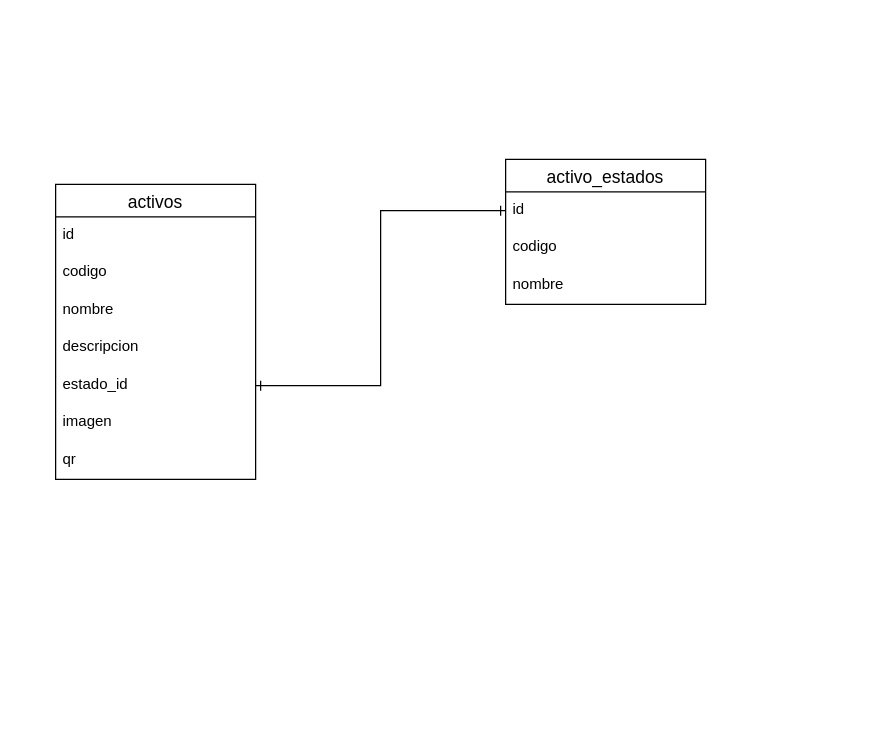
Above: sistema_activos_fijos.drawio in MasterJhonny/diagramas (draw.io), before the change. Source tidied: cells renumbered, new cells numbered last; positions are measured from the earlier drawing's top-left corner, leaving out a move shared by most shapes. Both pictures are drawn from the tidied source at 125%, with x=0, y=0 at pixel (55, 159).
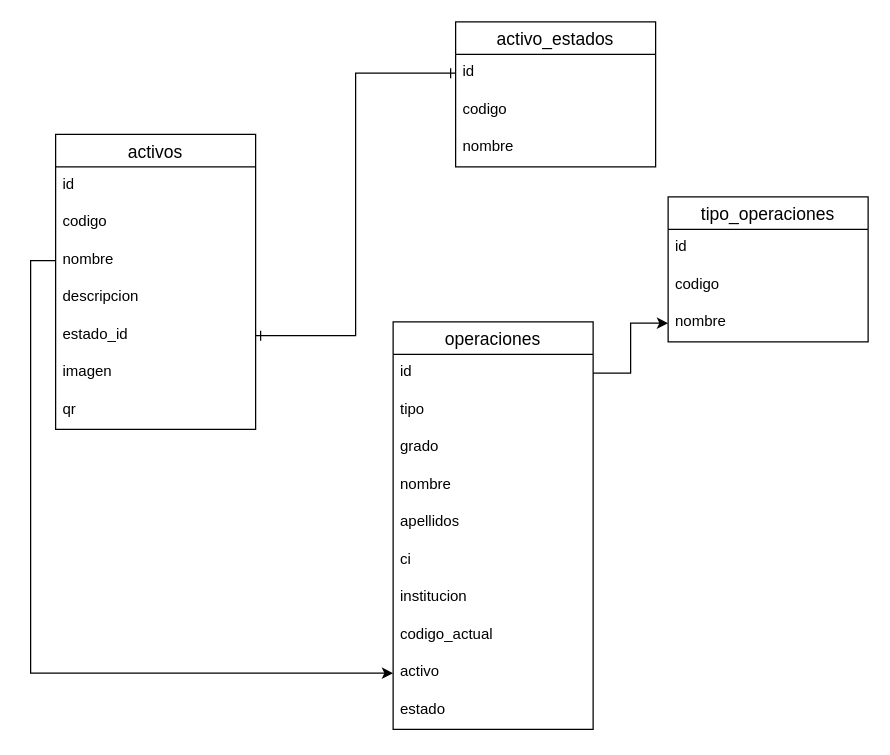
Above is the later version.

Unchanged cells that the change refers to:
```xml
<mxCell id="5" value="nombre" style="text;strokeColor=none;fillColor=none;spacingLeft=4;spacingRight=4;overflow=hidden;points=[[0,0.5],[1,0.5]];portConstraint=eastwest;fontSize=12;whiteSpace=wrap;html=1;" parent="2" vertex="1">
  <mxGeometry y="86" width="160" height="30" as="geometry" />
</mxCell>
```

Diff of the diagram source:
```diff
@@
     <mxCell id="2" value="activos" style="swimlane;fontStyle=0;horizontal=1;startSize=26;align=center;fontSize=14;" parent="1" vertex="1">
-      <mxGeometry y="20" width="160" height="236" as="geometry" />
+      <mxGeometry y="-20" width="160" height="236" as="geometry" />
     </mxCell>
@@
     <mxCell id="10" value="activo_estados" style="swimlane;fontStyle=0;horizontal=1;startSize=26;align=center;fontSize=14;" parent="1" vertex="1">
-      <mxGeometry x="360" width="160" height="116" as="geometry" />
+      <mxGeometry x="320" y="-110" width="160" height="116" as="geometry" />
     </mxCell>
@@
+    <mxCell id="15" value="operaciones" style="swimlane;fontStyle=0;horizontal=1;startSize=26;align=center;fontSize=14;" parent="1" vertex="1">
+      <mxGeometry x="270" y="130" width="160" height="326" as="geometry" />
+    </mxCell>
+    <mxCell id="16" value="id" style="text;strokeColor=none;fillColor=none;spacingLeft=4;spacingRight=4;overflow=hidden;points=[[0,0.5],[1,0.5]];portConstraint=eastwest;fontSize=12;whiteSpace=wrap;html=1;" parent="15" vertex="1">
+      <mxGeometry y="26" width="160" height="30" as="geometry" />
+    </mxCell>
+    <mxCell id="17" value="tipo" style="text;strokeColor=none;fillColor=none;spacingLeft=4;spacingRight=4;overflow=hidden;fontSize=12;whiteSpace=wrap;html=1;" parent="15" vertex="1">
+      <mxGeometry y="56" width="160" height="30" as="geometry" />
+    </mxCell>
+    <mxCell id="18" value="grado" style="text;strokeColor=none;fillColor=none;spacingLeft=4;spacingRight=4;overflow=hidden;fontSize=12;whiteSpace=wrap;html=1;" parent="15" vertex="1">
+      <mxGeometry y="86" width="160" height="30" as="geometry" />
+    </mxCell>
+    <mxCell id="19" value="nombre" style="text;strokeColor=none;fillColor=none;spacingLeft=4;spacingRight=4;overflow=hidden;fontSize=12;whiteSpace=wrap;html=1;" parent="15" vertex="1">
+      <mxGeometry y="116" width="160" height="30" as="geometry" />
+    </mxCell>
+    <mxCell id="20" value="apellidos" style="text;strokeColor=none;fillColor=none;spacingLeft=4;spacingRight=4;overflow=hidden;fontSize=12;whiteSpace=wrap;html=1;" parent="15" vertex="1">
+      <mxGeometry y="146" width="160" height="30" as="geometry" />
+    </mxCell>
+    <mxCell id="21" value="ci" style="text;strokeColor=none;fillColor=none;spacingLeft=4;spacingRight=4;overflow=hidden;fontSize=12;whiteSpace=wrap;html=1;" parent="15" vertex="1">
+      <mxGeometry y="176" width="160" height="30" as="geometry" />
+    </mxCell>
+    <mxCell id="22" value="institucion" style="text;strokeColor=none;fillColor=none;spacingLeft=4;spacingRight=4;overflow=hidden;fontSize=12;whiteSpace=wrap;html=1;" parent="15" vertex="1">
+      <mxGeometry y="206" width="160" height="30" as="geometry" />
+    </mxCell>
+    <mxCell id="23" value="codigo_actual" style="text;strokeColor=none;fillColor=none;spacingLeft=4;spacingRight=4;overflow=hidden;fontSize=12;whiteSpace=wrap;html=1;" parent="15" vertex="1">
+      <mxGeometry y="236" width="160" height="30" as="geometry" />
+    </mxCell>
+    <mxCell id="24" value="activo" style="text;strokeColor=none;fillColor=none;spacingLeft=4;spacingRight=4;overflow=hidden;points=[[0,0.5],[1,0.5]];portConstraint=eastwest;fontSize=12;whiteSpace=wrap;html=1;" parent="15" vertex="1">
+      <mxGeometry y="266" width="160" height="30" as="geometry" />
+    </mxCell>
+    <mxCell id="25" value="estado" style="text;strokeColor=none;fillColor=none;spacingLeft=4;spacingRight=4;overflow=hidden;fontSize=12;whiteSpace=wrap;html=1;" parent="15" vertex="1">
+      <mxGeometry y="296" width="160" height="30" as="geometry" />
+    </mxCell>
+    <mxCell id="26" value="tipo_operaciones" style="swimlane;fontStyle=0;horizontal=1;startSize=26;align=center;fontSize=14;" parent="1" vertex="1">
+      <mxGeometry x="490" y="30" width="160" height="116" as="geometry" />
+    </mxCell>
+    <mxCell id="27" value="id" style="text;strokeColor=none;fillColor=none;spacingLeft=4;spacingRight=4;overflow=hidden;fontSize=12;whiteSpace=wrap;html=1;" parent="26" vertex="1">
+      <mxGeometry y="26" width="160" height="30" as="geometry" />
+    </mxCell>
+    <mxCell id="28" value="codigo" style="text;strokeColor=none;fillColor=none;spacingLeft=4;spacingRight=4;overflow=hidden;fontSize=12;whiteSpace=wrap;html=1;" parent="26" vertex="1">
+      <mxGeometry y="56" width="160" height="30" as="geometry" />
+    </mxCell>
+    <mxCell id="29" value="nombre" style="text;strokeColor=none;fillColor=none;spacingLeft=4;spacingRight=4;overflow=hidden;points=[[0,0.5],[1,0.5]];portConstraint=eastwest;fontSize=12;whiteSpace=wrap;html=1;" parent="26" vertex="1">
+      <mxGeometry y="86" width="160" height="30" as="geometry" />
+    </mxCell>
+    <mxCell id="30" style="edgeStyle=orthogonalEdgeStyle;rounded=0;jettySize=auto;html=1;entryX=0;entryY=0.5;entryDx=0;entryDy=0;" parent="1" edge="1" source="16" target="29">
+      <mxGeometry relative="1" as="geometry" />
+    </mxCell>
+    <mxCell id="31" style="edgeStyle=orthogonalEdgeStyle;rounded=0;jettySize=auto;html=1;exitX=0;exitY=0.5;exitDx=0;exitDy=0;entryX=0;entryY=0.5;entryDx=0;entryDy=0;" parent="1" edge="1" source="5" target="24">
+      <mxGeometry relative="1" as="geometry" />
+    </mxCell>
```
